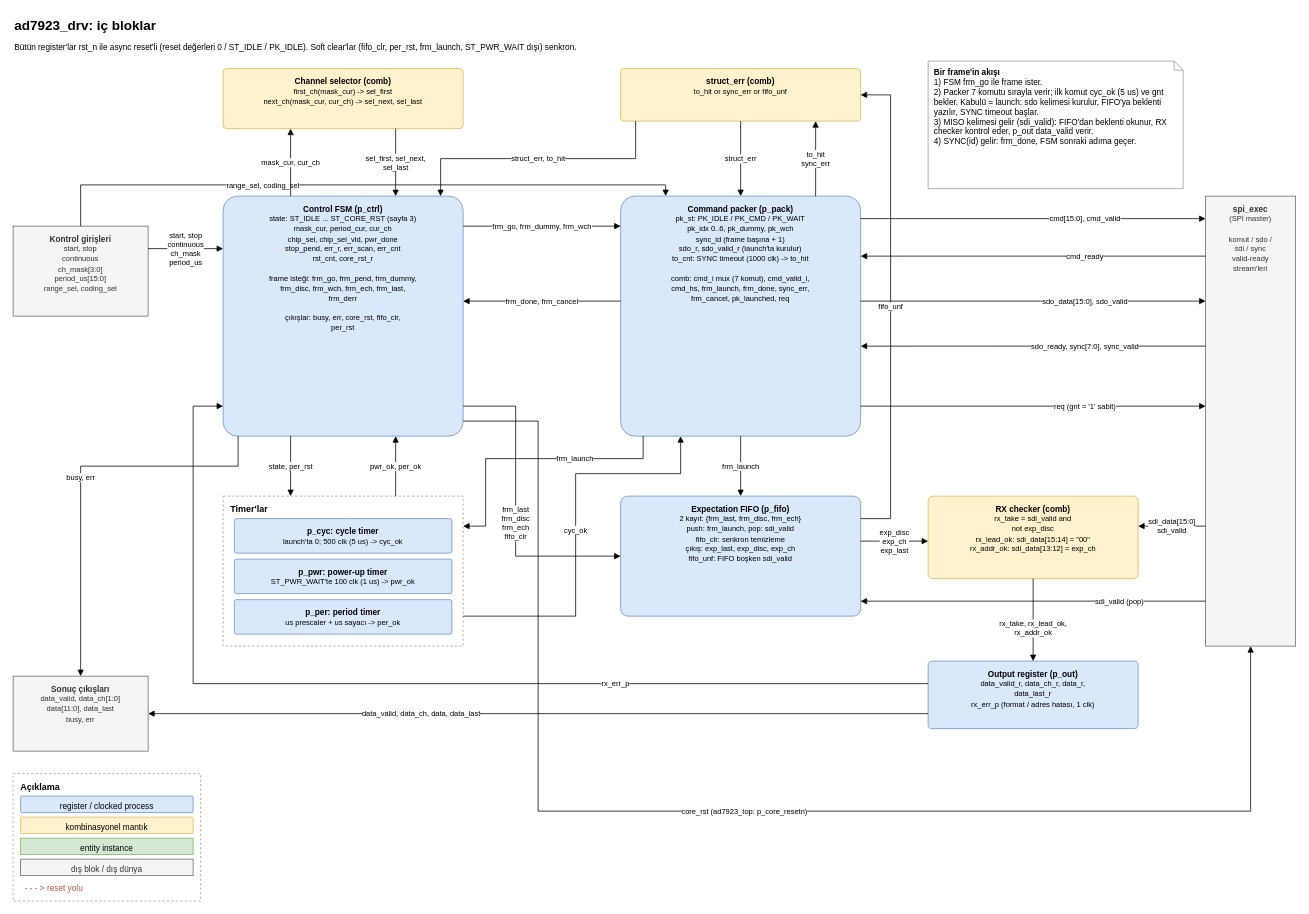
Above: page "2 - ad7923_drv" (2 of 5) of AD7923/docs/ad7923_spi_blok_diyagram.drawio in mehmet00mk7-dot/SPI (draw.io), before the change. Source tidied: cells renumbered, new cells numbered last; positions are measured from the earlier drawing's top-left corner, leaving out a move shared by most shapes. Both pictures are drawn from the tidied source at 75%, with x=0, y=0 at pixel (13, 13).
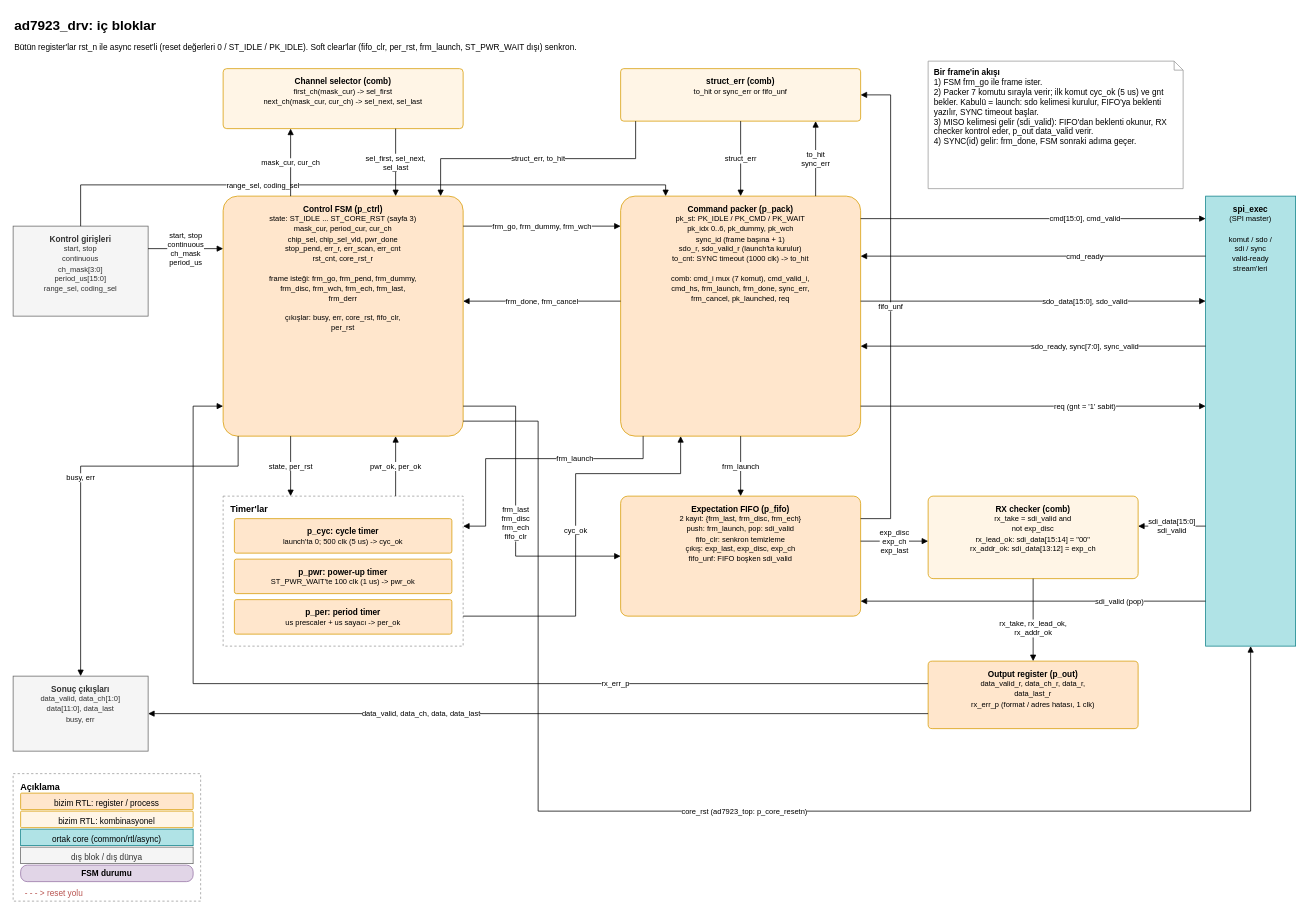
Above is the later version.

Diff of the diagram source:
```diff
@@
-    <mxCell id="6" value="&lt;b&gt;spi_exec&lt;/b&gt;&lt;br&gt;&lt;font style=&quot;font-size:10px&quot;&gt;(SPI master)&lt;br&gt;&lt;br&gt;komut / sdo /&lt;br&gt;sdi / sync&lt;br&gt;valid-ready&lt;br&gt;stream&amp;#x27;leri&lt;/font&gt;" style="rounded=0;fillColor=#f5f5f5;strokeColor=#666666;fontColor=#333333;whiteSpace=wrap;html=1;align=center;verticalAlign=top;spacingTop=4;fontSize=11;" parent="1" vertex="1">
+    <mxCell id="6" value="&lt;b&gt;spi_exec&lt;/b&gt;&lt;br&gt;&lt;font style=&quot;font-size:10px&quot;&gt;(SPI master)&lt;br&gt;&lt;br&gt;komut / sdo /&lt;br&gt;sdi / sync&lt;br&gt;valid-ready&lt;br&gt;stream&amp;#x27;leri&lt;/font&gt;" style="rounded=0;fillColor=#b0e3e6;strokeColor=#0e8088;whiteSpace=wrap;html=1;align=center;verticalAlign=top;spacingTop=4;fontSize=11;" parent="1" vertex="1">
       <mxGeometry x="1590" y="244" width="120" height="600" as="geometry" />
     </mxCell>
-    <mxCell id="7" value="&lt;b&gt;Channel selector (comb)&lt;/b&gt;&lt;br&gt;&lt;font style=&quot;font-size:10px&quot;&gt;first_ch(mask_cur) -&amp;gt; sel_first&lt;br&gt;next_ch(mask_cur, cur_ch) -&amp;gt; sel_next, sel_last&lt;/font&gt;" style="rounded=1;arcSize=6;fillColor=#fff2cc;strokeColor=#d6b656;whiteSpace=wrap;html=1;align=center;verticalAlign=top;spacingTop=4;fontSize=11;" parent="1" vertex="1">
+    <mxCell id="7" value="&lt;b&gt;Channel selector (comb)&lt;/b&gt;&lt;br&gt;&lt;font style=&quot;font-size:10px&quot;&gt;first_ch(mask_cur) -&amp;gt; sel_first&lt;br&gt;next_ch(mask_cur, cur_ch) -&amp;gt; sel_next, sel_last&lt;/font&gt;" style="rounded=1;arcSize=6;fillColor=#fff5e6;strokeColor=#d79b00;whiteSpace=wrap;html=1;align=center;verticalAlign=top;spacingTop=4;fontSize=11;" parent="1" vertex="1">
       <mxGeometry x="280" y="74" width="320" height="80" as="geometry" />
     </mxCell>
-    <mxCell id="8" value="&lt;b&gt;Control FSM  (p_ctrl)&lt;/b&gt;&lt;br&gt;&lt;font style=&quot;font-size:10px&quot;&gt;state: ST_IDLE ... ST_CORE_RST (sayfa 3)&lt;br&gt;mask_cur, period_cur, cur_ch&lt;br&gt;chip_sel, chip_sel_vld, pwr_done&lt;br&gt;stop_pend, err_r, err_scan, err_cnt&lt;br&gt;rst_cnt, core_rst_r&lt;br&gt;&lt;br&gt;frame isteği: frm_go, frm_pend, frm_dummy,&lt;br&gt;frm_disc, frm_wch, frm_ech, frm_last,&lt;br&gt;frm_derr&lt;br&gt;&lt;br&gt;çıkışlar: busy, err, core_rst, fifo_clr,&lt;br&gt;per_rst&lt;/font&gt;" style="rounded=1;arcSize=6;fillColor=#dae8fc;strokeColor=#6c8ebf;whiteSpace=wrap;html=1;align=center;verticalAlign=top;spacingTop=4;fontSize=11;" parent="1" vertex="1">
+    <mxCell id="8" value="&lt;b&gt;Control FSM  (p_ctrl)&lt;/b&gt;&lt;br&gt;&lt;font style=&quot;font-size:10px&quot;&gt;state: ST_IDLE ... ST_CORE_RST (sayfa 3)&lt;br&gt;mask_cur, period_cur, cur_ch&lt;br&gt;chip_sel, chip_sel_vld, pwr_done&lt;br&gt;stop_pend, err_r, err_scan, err_cnt&lt;br&gt;rst_cnt, core_rst_r&lt;br&gt;&lt;br&gt;frame isteği: frm_go, frm_pend, frm_dummy,&lt;br&gt;frm_disc, frm_wch, frm_ech, frm_last,&lt;br&gt;frm_derr&lt;br&gt;&lt;br&gt;çıkışlar: busy, err, core_rst, fifo_clr,&lt;br&gt;per_rst&lt;/font&gt;" style="rounded=1;arcSize=6;fillColor=#ffe6cc;strokeColor=#d79b00;whiteSpace=wrap;html=1;align=center;verticalAlign=top;spacingTop=4;fontSize=11;" parent="1" vertex="1">
       <mxGeometry x="280" y="244" width="320" height="320" as="geometry" />
     </mxCell>
@@
-    <mxCell id="10" value="&lt;b&gt;p_cyc: cycle timer&lt;/b&gt;&lt;br&gt;&lt;font style=&quot;font-size:10px&quot;&gt;launch&amp;#x27;ta 0; 500 clk (5 us) -&amp;gt; cyc_ok&lt;/font&gt;" style="rounded=1;arcSize=6;fillColor=#dae8fc;strokeColor=#6c8ebf;whiteSpace=wrap;html=1;align=center;verticalAlign=top;spacingTop=4;fontSize=11;" parent="1" vertex="1">
+    <mxCell id="10" value="&lt;b&gt;p_cyc: cycle timer&lt;/b&gt;&lt;br&gt;&lt;font style=&quot;font-size:10px&quot;&gt;launch&amp;#x27;ta 0; 500 clk (5 us) -&amp;gt; cyc_ok&lt;/font&gt;" style="rounded=1;arcSize=6;fillColor=#ffe6cc;strokeColor=#d79b00;whiteSpace=wrap;html=1;align=center;verticalAlign=top;spacingTop=4;fontSize=11;" parent="1" vertex="1">
       <mxGeometry x="295" y="674" width="290" height="46" as="geometry" />
     </mxCell>
-    <mxCell id="11" value="&lt;b&gt;p_pwr: power-up timer&lt;/b&gt;&lt;br&gt;&lt;font style=&quot;font-size:10px&quot;&gt;ST_PWR_WAIT&amp;#x27;te 100 clk (1 us) -&amp;gt; pwr_ok&lt;/font&gt;" style="rounded=1;arcSize=6;fillColor=#dae8fc;strokeColor=#6c8ebf;whiteSpace=wrap;html=1;align=center;verticalAlign=top;spacingTop=4;fontSize=11;" parent="1" vertex="1">
+    <mxCell id="11" value="&lt;b&gt;p_pwr: power-up timer&lt;/b&gt;&lt;br&gt;&lt;font style=&quot;font-size:10px&quot;&gt;ST_PWR_WAIT&amp;#x27;te 100 clk (1 us) -&amp;gt; pwr_ok&lt;/font&gt;" style="rounded=1;arcSize=6;fillColor=#ffe6cc;strokeColor=#d79b00;whiteSpace=wrap;html=1;align=center;verticalAlign=top;spacingTop=4;fontSize=11;" parent="1" vertex="1">
       <mxGeometry x="295" y="728" width="290" height="46" as="geometry" />
     </mxCell>
-    <mxCell id="12" value="&lt;b&gt;p_per: period timer&lt;/b&gt;&lt;br&gt;&lt;font style=&quot;font-size:10px&quot;&gt;us prescaler + us sayacı -&amp;gt; per_ok&lt;/font&gt;" style="rounded=1;arcSize=6;fillColor=#dae8fc;strokeColor=#6c8ebf;whiteSpace=wrap;html=1;align=center;verticalAlign=top;spacingTop=4;fontSize=11;" parent="1" vertex="1">
+    <mxCell id="12" value="&lt;b&gt;p_per: period timer&lt;/b&gt;&lt;br&gt;&lt;font style=&quot;font-size:10px&quot;&gt;us prescaler + us sayacı -&amp;gt; per_ok&lt;/font&gt;" style="rounded=1;arcSize=6;fillColor=#ffe6cc;strokeColor=#d79b00;whiteSpace=wrap;html=1;align=center;verticalAlign=top;spacingTop=4;fontSize=11;" parent="1" vertex="1">
       <mxGeometry x="295" y="782" width="290" height="46" as="geometry" />
     </mxCell>
-    <mxCell id="13" value="&lt;b&gt;struct_err (comb)&lt;/b&gt;&lt;br&gt;&lt;font style=&quot;font-size:10px&quot;&gt;to_hit or sync_err or fifo_unf&lt;/font&gt;" style="rounded=1;arcSize=6;fillColor=#fff2cc;strokeColor=#d6b656;whiteSpace=wrap;html=1;align=center;verticalAlign=top;spacingTop=4;fontSize=11;" parent="1" vertex="1">
+    <mxCell id="13" value="&lt;b&gt;struct_err (comb)&lt;/b&gt;&lt;br&gt;&lt;font style=&quot;font-size:10px&quot;&gt;to_hit or sync_err or fifo_unf&lt;/font&gt;" style="rounded=1;arcSize=6;fillColor=#fff5e6;strokeColor=#d79b00;whiteSpace=wrap;html=1;align=center;verticalAlign=top;spacingTop=4;fontSize=11;" parent="1" vertex="1">
       <mxGeometry x="810" y="74" width="320" height="70" as="geometry" />
     </mxCell>
-    <mxCell id="14" value="&lt;b&gt;Command packer  (p_pack)&lt;/b&gt;&lt;br&gt;&lt;font style=&quot;font-size:10px&quot;&gt;pk_st: PK_IDLE / PK_CMD / PK_WAIT&lt;br&gt;pk_idx 0..6, pk_dummy, pk_wch&lt;br&gt;sync_id (frame başına + 1)&lt;br&gt;sdo_r, sdo_valid_r (launch&amp;#x27;ta kurulur)&lt;br&gt;to_cnt: SYNC timeout (1000 clk) -&amp;gt; to_hit&lt;br&gt;&lt;br&gt;comb: cmd_i mux (7 komut), cmd_valid_i,&lt;br&gt;cmd_hs, frm_launch, frm_done, sync_err,&lt;br&gt;frm_cancel, pk_launched, req&lt;/font&gt;" style="rounded=1;arcSize=6;fillColor=#dae8fc;strokeColor=#6c8ebf;whiteSpace=wrap;html=1;align=center;verticalAlign=top;spacingTop=4;fontSize=11;" parent="1" vertex="1">
+    <mxCell id="14" value="&lt;b&gt;Command packer  (p_pack)&lt;/b&gt;&lt;br&gt;&lt;font style=&quot;font-size:10px&quot;&gt;pk_st: PK_IDLE / PK_CMD / PK_WAIT&lt;br&gt;pk_idx 0..6, pk_dummy, pk_wch&lt;br&gt;sync_id (frame başına + 1)&lt;br&gt;sdo_r, sdo_valid_r (launch&amp;#x27;ta kurulur)&lt;br&gt;to_cnt: SYNC timeout (1000 clk) -&amp;gt; to_hit&lt;br&gt;&lt;br&gt;comb: cmd_i mux (7 komut), cmd_valid_i,&lt;br&gt;cmd_hs, frm_launch, frm_done, sync_err,&lt;br&gt;frm_cancel, pk_launched, req&lt;/font&gt;" style="rounded=1;arcSize=6;fillColor=#ffe6cc;strokeColor=#d79b00;whiteSpace=wrap;html=1;align=center;verticalAlign=top;spacingTop=4;fontSize=11;" parent="1" vertex="1">
       <mxGeometry x="810" y="244" width="320" height="320" as="geometry" />
     </mxCell>
-    <mxCell id="15" value="&lt;b&gt;Expectation FIFO  (p_fifo)&lt;/b&gt;&lt;br&gt;&lt;font style=&quot;font-size:10px&quot;&gt;2 kayıt: {frm_last, frm_disc, frm_ech}&lt;br&gt;push: frm_launch, pop: sdi_valid&lt;br&gt;fifo_clr: senkron temizleme&lt;br&gt;çıkış: exp_last, exp_disc, exp_ch&lt;br&gt;fifo_unf: FIFO boşken sdi_valid&lt;/font&gt;" style="rounded=1;arcSize=6;fillColor=#dae8fc;strokeColor=#6c8ebf;whiteSpace=wrap;html=1;align=center;verticalAlign=top;spacingTop=4;fontSize=11;" parent="1" vertex="1">
+    <mxCell id="15" value="&lt;b&gt;Expectation FIFO  (p_fifo)&lt;/b&gt;&lt;br&gt;&lt;font style=&quot;font-size:10px&quot;&gt;2 kayıt: {frm_last, frm_disc, frm_ech}&lt;br&gt;push: frm_launch, pop: sdi_valid&lt;br&gt;fifo_clr: senkron temizleme&lt;br&gt;çıkış: exp_last, exp_disc, exp_ch&lt;br&gt;fifo_unf: FIFO boşken sdi_valid&lt;/font&gt;" style="rounded=1;arcSize=6;fillColor=#ffe6cc;strokeColor=#d79b00;whiteSpace=wrap;html=1;align=center;verticalAlign=top;spacingTop=4;fontSize=11;" parent="1" vertex="1">
       <mxGeometry x="810" y="644" width="320" height="160" as="geometry" />
     </mxCell>
-    <mxCell id="16" value="&lt;b&gt;RX checker (comb)&lt;/b&gt;&lt;br&gt;&lt;font style=&quot;font-size:10px&quot;&gt;rx_take = sdi_valid and&lt;br&gt;not exp_disc&lt;br&gt;rx_lead_ok: sdi_data[15:14] = &amp;quot;00&amp;quot;&lt;br&gt;rx_addr_ok: sdi_data[13:12] = exp_ch&lt;/font&gt;" style="rounded=1;arcSize=6;fillColor=#fff2cc;strokeColor=#d6b656;whiteSpace=wrap;html=1;align=center;verticalAlign=top;spacingTop=4;fontSize=11;" parent="1" vertex="1">
+    <mxCell id="16" value="&lt;b&gt;RX checker (comb)&lt;/b&gt;&lt;br&gt;&lt;font style=&quot;font-size:10px&quot;&gt;rx_take = sdi_valid and&lt;br&gt;not exp_disc&lt;br&gt;rx_lead_ok: sdi_data[15:14] = &amp;quot;00&amp;quot;&lt;br&gt;rx_addr_ok: sdi_data[13:12] = exp_ch&lt;/font&gt;" style="rounded=1;arcSize=6;fillColor=#fff5e6;strokeColor=#d79b00;whiteSpace=wrap;html=1;align=center;verticalAlign=top;spacingTop=4;fontSize=11;" parent="1" vertex="1">
       <mxGeometry x="1220" y="644" width="280" height="110" as="geometry" />
     </mxCell>
-    <mxCell id="17" value="&lt;b&gt;Output register  (p_out)&lt;/b&gt;&lt;br&gt;&lt;font style=&quot;font-size:10px&quot;&gt;data_valid_r, data_ch_r, data_r,&lt;br&gt;data_last_r&lt;br&gt;rx_err_p (format / adres hatası, 1 clk)&lt;/font&gt;" style="rounded=1;arcSize=6;fillColor=#dae8fc;strokeColor=#6c8ebf;whiteSpace=wrap;html=1;align=center;verticalAlign=top;spacingTop=4;fontSize=11;" parent="1" vertex="1">
+    <mxCell id="17" value="&lt;b&gt;Output register  (p_out)&lt;/b&gt;&lt;br&gt;&lt;font style=&quot;font-size:10px&quot;&gt;data_valid_r, data_ch_r, data_r,&lt;br&gt;data_last_r&lt;br&gt;rx_err_p (format / adres hatası, 1 clk)&lt;/font&gt;" style="rounded=1;arcSize=6;fillColor=#ffe6cc;strokeColor=#d79b00;whiteSpace=wrap;html=1;align=center;verticalAlign=top;spacingTop=4;fontSize=11;" parent="1" vertex="1">
       <mxGeometry x="1220" y="864" width="280" height="90" as="geometry" />
     </mxCell>
@@
-    <mxCell id="49" value="register / clocked process" style="rounded=1;arcSize=6;fillColor=#dae8fc;strokeColor=#6c8ebf;whiteSpace=wrap;html=1;align=center;verticalAlign=middle;spacingTop=4;fontSize=11;" parent="1" vertex="1">
-      <mxGeometry x="10" y="1044" width="230" height="22" as="geometry" />
+    <mxCell id="49" value="bizim RTL: register / process" style="rounded=1;arcSize=6;fillColor=#ffe6cc;strokeColor=#d79b00;whiteSpace=wrap;html=1;align=center;verticalAlign=middle;spacingTop=4;fontSize=11;" parent="1" vertex="1">
+      <mxGeometry x="10" y="1040" width="230" height="22" as="geometry" />
     </mxCell>
-    <mxCell id="50" value="kombinasyonel mantık" style="rounded=1;arcSize=6;fillColor=#fff2cc;strokeColor=#d6b656;whiteSpace=wrap;html=1;align=center;verticalAlign=middle;spacingTop=4;fontSize=11;" parent="1" vertex="1">
-      <mxGeometry x="10" y="1072" width="230" height="22" as="geometry" />
+    <mxCell id="50" value="bizim RTL: kombinasyonel" style="rounded=1;arcSize=6;fillColor=#fff5e6;strokeColor=#d79b00;whiteSpace=wrap;html=1;align=center;verticalAlign=middle;spacingTop=4;fontSize=11;" parent="1" vertex="1">
+      <mxGeometry x="10" y="1064" width="230" height="22" as="geometry" />
     </mxCell>
-    <mxCell id="51" value="entity instance" style="rounded=0;fillColor=#d5e8d4;strokeColor=#82b366;whiteSpace=wrap;html=1;align=center;verticalAlign=middle;spacingTop=4;fontSize=11;" parent="1" vertex="1">
-      <mxGeometry x="10" y="1100" width="230" height="22" as="geometry" />
+    <mxCell id="51" value="ortak core (common/rtl/async)" style="rounded=0;fillColor=#b0e3e6;strokeColor=#0e8088;whiteSpace=wrap;html=1;align=center;verticalAlign=middle;spacingTop=4;fontSize=11;" parent="1" vertex="1">
+      <mxGeometry x="10" y="1088" width="230" height="22" as="geometry" />
     </mxCell>
     <mxCell id="52" value="dış blok / dış dünya" style="rounded=0;fillColor=#f5f5f5;strokeColor=#666666;fontColor=#333333;whiteSpace=wrap;html=1;align=center;verticalAlign=middle;spacingTop=4;fontSize=11;" parent="1" vertex="1">
-      <mxGeometry x="10" y="1128" width="230" height="22" as="geometry" />
+      <mxGeometry x="10" y="1112" width="230" height="22" as="geometry" />
     </mxCell>
-    <mxCell id="53" value="&lt;font color=&quot;#b85450&quot;&gt;- - - &amp;gt;  reset yolu&lt;/font&gt;" style="text;html=1;align=left;verticalAlign=top;whiteSpace=wrap;fontSize=11;" parent="1" vertex="1">
-      <mxGeometry x="14" y="1154" width="220" height="20" as="geometry" />
+    <mxCell id="53" value="FSM durumu" style="rounded=1;arcSize=40;whiteSpace=wrap;html=1;fillColor=#e1d5e7;strokeColor=#9673a6;fontStyle=1;fontSize=11;align=center;verticalAlign=middle;" parent="1" vertex="1">
+      <mxGeometry x="10" y="1136" width="230" height="22" as="geometry" />
     </mxCell>
+    <mxCell id="54" value="&lt;font color=&quot;#b85450&quot;&gt;- - - &amp;gt;  reset yolu&lt;/font&gt;" style="text;html=1;align=left;verticalAlign=top;whiteSpace=wrap;fontSize=11;" parent="1" vertex="1">
+      <mxGeometry x="14" y="1160" width="220" height="20" as="geometry" />
+    </mxCell>
```
